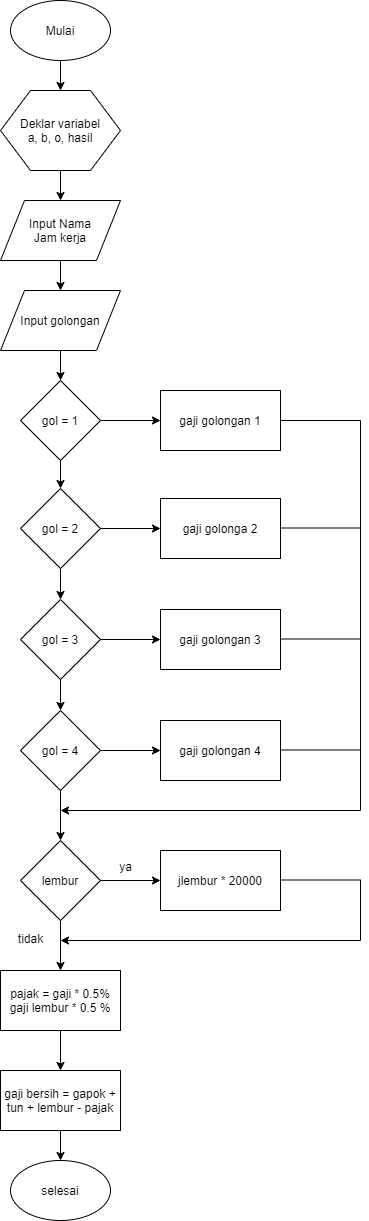
Before: gaji pegawai.png, a diagram exported from draw.io (axxpxmd/flowchart). Source tidied: cells renumbered, new cells last; positions are measured from the earlier drawing's top-left corner, leaving out a move shared by most shapes. The source it was exported from:
```xml
<mxGraphModel>
  <root>
    <mxCell id="0" />
    <mxCell id="1" parent="0" />
    <mxCell id="2" style="edgeStyle=orthogonalEdgeStyle;rounded=0;jettySize=auto;html=1;" parent="1" edge="1" source="3" target="5">
      <mxGeometry relative="1" as="geometry" />
    </mxCell>
    <mxCell id="3" value="Deklar variabel&lt;br&gt;a, b, o, hasil" style="shape=hexagon;perimeter=hexagonPerimeter2;whiteSpace=wrap;html=1;" parent="1" vertex="1">
      <mxGeometry y="90" width="120" height="80" as="geometry" />
    </mxCell>
    <mxCell id="4" style="edgeStyle=orthogonalEdgeStyle;rounded=0;jettySize=auto;html=1;" parent="1" edge="1" source="5" target="7">
      <mxGeometry relative="1" as="geometry" />
    </mxCell>
    <mxCell id="5" value="Input Nama&lt;br&gt;Jam kerja" style="shape=parallelogram;perimeter=parallelogramPerimeter;whiteSpace=wrap;html=1;" parent="1" vertex="1">
      <mxGeometry y="200" width="120" height="60" as="geometry" />
    </mxCell>
    <mxCell id="6" style="edgeStyle=orthogonalEdgeStyle;rounded=0;jettySize=auto;html=1;" parent="1" edge="1" source="7" target="10">
      <mxGeometry relative="1" as="geometry" />
    </mxCell>
    <mxCell id="7" value="Input golongan" style="shape=parallelogram;perimeter=parallelogramPerimeter;whiteSpace=wrap;html=1;" parent="1" vertex="1">
      <mxGeometry y="290" width="120" height="60" as="geometry" />
    </mxCell>
    <mxCell id="8" style="edgeStyle=orthogonalEdgeStyle;rounded=0;jettySize=auto;html=1;" parent="1" edge="1" source="10" target="13">
      <mxGeometry relative="1" as="geometry" />
    </mxCell>
    <mxCell id="9" style="edgeStyle=orthogonalEdgeStyle;rounded=0;jettySize=auto;html=1;" parent="1" edge="1" source="10" target="20">
      <mxGeometry relative="1" as="geometry" />
    </mxCell>
    <mxCell id="10" value="gol = 1" style="rhombus;whiteSpace=wrap;html=1;" parent="1" vertex="1">
      <mxGeometry x="20" y="380" width="80" height="80" as="geometry" />
    </mxCell>
    <mxCell id="11" style="edgeStyle=orthogonalEdgeStyle;rounded=0;jettySize=auto;html=1;" parent="1" edge="1" source="13" target="16">
      <mxGeometry relative="1" as="geometry" />
    </mxCell>
    <mxCell id="12" style="edgeStyle=orthogonalEdgeStyle;rounded=0;jettySize=auto;html=1;" parent="1" edge="1" source="13" target="24">
      <mxGeometry relative="1" as="geometry" />
    </mxCell>
    <mxCell id="13" value="gol = 2" style="rhombus;whiteSpace=wrap;html=1;" parent="1" vertex="1">
      <mxGeometry x="20" y="488" width="80" height="80" as="geometry" />
    </mxCell>
    <mxCell id="14" style="edgeStyle=orthogonalEdgeStyle;rounded=0;jettySize=auto;html=1;" parent="1" edge="1" source="16" target="19">
      <mxGeometry relative="1" as="geometry" />
    </mxCell>
    <mxCell id="15" style="edgeStyle=orthogonalEdgeStyle;rounded=0;jettySize=auto;html=1;" parent="1" edge="1" source="16" target="25">
      <mxGeometry relative="1" as="geometry" />
    </mxCell>
    <mxCell id="16" value="gol = 3" style="rhombus;whiteSpace=wrap;html=1;" parent="1" vertex="1">
      <mxGeometry x="20" y="599" width="80" height="80" as="geometry" />
    </mxCell>
    <mxCell id="17" style="edgeStyle=orthogonalEdgeStyle;rounded=0;jettySize=auto;html=1;" parent="1" edge="1" source="19" target="29">
      <mxGeometry relative="1" as="geometry" />
    </mxCell>
    <mxCell id="18" style="edgeStyle=orthogonalEdgeStyle;rounded=0;jettySize=auto;html=1;" parent="1" edge="1" source="19" target="26">
      <mxGeometry relative="1" as="geometry" />
    </mxCell>
    <mxCell id="19" value="gol = 4" style="rhombus;whiteSpace=wrap;html=1;" parent="1" vertex="1">
      <mxGeometry x="20" y="710" width="80" height="80" as="geometry" />
    </mxCell>
    <mxCell id="20" value="gaji golongan 1" style="rounded=0;whiteSpace=wrap;html=1;" parent="1" vertex="1">
      <mxGeometry x="160" y="390" width="120" height="60" as="geometry" />
    </mxCell>
    <mxCell id="21" value="&lt;span style=&quot;color: rgba(0 , 0 , 0 , 0) ; font-family: monospace ; font-size: 0px&quot;&gt;%3CmxGraphModel%3E%3Croot%3E%3CmxCell%20id%3D%220%22%2F%3E%3CmxCell%20id%3D%221%22%20parent%3D%220%22%2F%3E%3CmxCell%20id%3D%222%22%20value%3D%22hasil%20%3D%20a%2Bb%22%20style%3D%22rounded%3D0%3BwhiteSpace%3Dwrap%3Bhtml%3D1%3B%22%20vertex%3D%221%22%20parent%3D%221%22%3E%3CmxGeometry%20x%3D%22414%22%20y%3D%22450%22%20width%3D%22120%22%20height%3D%2260%22%20as%3D%22geometry%22%2F%3E%3C%2FmxCell%3E%3C%2Froot%3E%3C%2FmxGraphModel%3E&lt;/span&gt;&lt;span style=&quot;color: rgba(0 , 0 , 0 , 0) ; font-family: monospace ; font-size: 0px&quot;&gt;%3CmxGraphModel%3E%3Croot%3E%3CmxCell%20id%3D%220%22%2F%3E%3CmxCell%20id%3D%221%22%20parent%3D%220%22%2F%3E%3CmxCell%20id%3D%222%22%20value%3D%22hasil%20%3D%20a%2Bb%22%20style%3D%22rounded%3D0%3BwhiteSpace%3Dwrap%3Bhtml%3D1%3B%22%20vertex%3D%221%22%20parent%3D%221%22%3E%3CmxGeometry%20x%3D%22414%22%20y%3D%22450%22%20width%3D%22120%22%20height%3D%2260%22%20as%3D%22geometry%22%2F%3E%3C%2FmxCell%3E%3C%2Froot%3E%3C%2FmxGraphModel%3E&lt;/span&gt;" style="text;html=1;align=center;verticalAlign=middle;" parent="1" vertex="1">
      <mxGeometry x="221" y="518" width="20" height="20" as="geometry" />
    </mxCell>
    <mxCell id="22" value="&lt;span style=&quot;color: rgba(0 , 0 , 0 , 0) ; font-family: monospace ; font-size: 0px&quot;&gt;%3CmxGraphModel%3E%3Croot%3E%3CmxCell%20id%3D%220%22%2F%3E%3CmxCell%20id%3D%221%22%20parent%3D%220%22%2F%3E%3CmxCell%20id%3D%222%22%20value%3D%22hasil%20%3D%20a%2Bb%22%20style%3D%22rounded%3D0%3BwhiteSpace%3Dwrap%3Bhtml%3D1%3B%22%20vertex%3D%221%22%20parent%3D%221%22%3E%3CmxGeometry%20x%3D%22414%22%20y%3D%22450%22%20width%3D%22120%22%20height%3D%2260%22%20as%3D%22geometry%22%2F%3E%3C%2FmxCell%3E%3C%2Froot%3E%3C%2FmxGraphModel%3E&lt;/span&gt;" style="text;html=1;align=center;verticalAlign=middle;" parent="1" vertex="1">
      <mxGeometry x="270" y="629" width="20" height="20" as="geometry" />
    </mxCell>
    <mxCell id="23" value="&lt;span style=&quot;color: rgba(0 , 0 , 0 , 0) ; font-family: monospace ; font-size: 0px&quot;&gt;%3CmxGraphModel%3E%3Croot%3E%3CmxCell%20id%3D%220%22%2F%3E%3CmxCell%20id%3D%221%22%20parent%3D%220%22%2F%3E%3CmxCell%20id%3D%222%22%20value%3D%22hasil%20%3D%20a%2Bb%22%20style%3D%22rounded%3D0%3BwhiteSpace%3Dwrap%3Bhtml%3D1%3B%22%20vertex%3D%221%22%20parent%3D%221%22%3E%3CmxGeometry%20x%3D%22400%22%20y%3D%22390%22%20width%3D%22120%22%20height%3D%2260%22%20as%3D%22geometry%22%2F%3E%3C%2FmxCell%3E%3C%2Froot%3E%3C%2FmxGraphModel%3E&lt;/span&gt;" style="text;html=1;align=center;verticalAlign=middle;" parent="1" vertex="1">
      <mxGeometry x="240" y="612" width="20" height="20" as="geometry" />
    </mxCell>
    <mxCell id="24" value="gaji golonga 2" style="rounded=0;whiteSpace=wrap;html=1;" parent="1" vertex="1">
      <mxGeometry x="160" y="498" width="120" height="60" as="geometry" />
    </mxCell>
    <mxCell id="25" value="gaji golongan 3" style="rounded=0;whiteSpace=wrap;html=1;" parent="1" vertex="1">
      <mxGeometry x="160" y="609" width="120" height="60" as="geometry" />
    </mxCell>
    <mxCell id="26" value="gaji golongan 4" style="rounded=0;whiteSpace=wrap;html=1;" parent="1" vertex="1">
      <mxGeometry x="160" y="720" width="120" height="60" as="geometry" />
    </mxCell>
    <mxCell id="27" style="edgeStyle=orthogonalEdgeStyle;rounded=0;jettySize=auto;html=1;" parent="1" edge="1" source="29" target="38">
      <mxGeometry relative="1" as="geometry" />
    </mxCell>
    <mxCell id="28" style="edgeStyle=orthogonalEdgeStyle;rounded=0;jettySize=auto;html=1;" parent="1" edge="1" source="29" target="40">
      <mxGeometry relative="1" as="geometry" />
    </mxCell>
    <mxCell id="29" value="lembur" style="rhombus;whiteSpace=wrap;html=1;" parent="1" vertex="1">
      <mxGeometry x="20" y="840" width="80" height="80" as="geometry" />
    </mxCell>
    <mxCell id="30" style="edgeStyle=orthogonalEdgeStyle;rounded=0;jettySize=auto;html=1;" parent="1" edge="1" source="31" target="3">
      <mxGeometry relative="1" as="geometry" />
    </mxCell>
    <mxCell id="31" value="Mulai" style="strokeWidth=1;html=1;shape=mxgraph.flowchart.start_1;whiteSpace=wrap;" parent="1" vertex="1">
      <mxGeometry x="10" width="100" height="60" as="geometry" />
    </mxCell>
    <mxCell id="32" style="endArrow=classic;html=1;" parent="1" edge="1">
      <mxGeometry relative="1" as="geometry">
        <mxPoint x="360" y="810" as="sourcePoint" />
        <mxPoint x="60" y="810" as="targetPoint" />
      </mxGeometry>
    </mxCell>
    <mxCell id="33" style="endArrow=none;html=1;" parent="1" edge="1">
      <mxGeometry relative="1" as="geometry">
        <mxPoint x="360" y="810" as="sourcePoint" />
        <mxPoint x="360" y="420" as="targetPoint" />
      </mxGeometry>
    </mxCell>
    <mxCell id="34" style="endArrow=none;html=1;" parent="1" edge="1">
      <mxGeometry relative="1" as="geometry">
        <mxPoint x="280" y="420" as="sourcePoint" />
        <mxPoint x="360" y="420" as="targetPoint" />
      </mxGeometry>
    </mxCell>
    <mxCell id="35" style="endArrow=none;html=1;" parent="1" edge="1">
      <mxGeometry relative="1" as="geometry">
        <mxPoint x="280" y="527.5" as="sourcePoint" />
        <mxPoint x="360" y="527.5" as="targetPoint" />
      </mxGeometry>
    </mxCell>
    <mxCell id="36" style="endArrow=none;html=1;" parent="1" edge="1">
      <mxGeometry relative="1" as="geometry">
        <mxPoint x="280" y="638.5" as="sourcePoint" />
        <mxPoint x="360" y="638.5" as="targetPoint" />
      </mxGeometry>
    </mxCell>
    <mxCell id="37" style="endArrow=none;html=1;" parent="1" edge="1">
      <mxGeometry relative="1" as="geometry">
        <mxPoint x="280" y="749.5" as="sourcePoint" />
        <mxPoint x="360" y="749.5" as="targetPoint" />
      </mxGeometry>
    </mxCell>
    <mxCell id="38" value="jlembur * 20000" style="rounded=0;whiteSpace=wrap;html=1;" parent="1" vertex="1">
      <mxGeometry x="160" y="850" width="120" height="60" as="geometry" />
    </mxCell>
    <mxCell id="39" style="edgeStyle=orthogonalEdgeStyle;rounded=0;jettySize=auto;html=1;" parent="1" edge="1" source="40" target="42">
      <mxGeometry relative="1" as="geometry" />
    </mxCell>
    <mxCell id="40" value="pajak = gaji * 0.5%&lt;br&gt;gaji lembur * 0.5 %" style="rounded=0;whiteSpace=wrap;html=1;" parent="1" vertex="1">
      <mxGeometry y="970" width="120" height="60" as="geometry" />
    </mxCell>
    <mxCell id="41" style="edgeStyle=orthogonalEdgeStyle;rounded=0;jettySize=auto;html=1;" parent="1" edge="1" source="42" target="43">
      <mxGeometry relative="1" as="geometry" />
    </mxCell>
    <mxCell id="42" value="gaji bersih = gapok + tun + lembur - pajak" style="rounded=0;whiteSpace=wrap;html=1;" parent="1" vertex="1">
      <mxGeometry y="1070" width="120" height="60" as="geometry" />
    </mxCell>
    <mxCell id="43" value="selesai" style="strokeWidth=1;html=1;shape=mxgraph.flowchart.start_1;whiteSpace=wrap;" parent="1" vertex="1">
      <mxGeometry x="10" y="1160" width="100" height="60" as="geometry" />
    </mxCell>
    <mxCell id="44" style="endArrow=classic;html=1;" parent="1" edge="1">
      <mxGeometry relative="1" as="geometry">
        <mxPoint x="360" y="940" as="sourcePoint" />
        <mxPoint x="60" y="940" as="targetPoint" />
      </mxGeometry>
    </mxCell>
    <mxCell id="45" style="endArrow=none;html=1;" parent="1" edge="1">
      <mxGeometry relative="1" as="geometry">
        <mxPoint x="280" y="879.5" as="sourcePoint" />
        <mxPoint x="360" y="879.5" as="targetPoint" />
      </mxGeometry>
    </mxCell>
    <mxCell id="46" style="endArrow=none;html=1;" parent="1" edge="1">
      <mxGeometry relative="1" as="geometry">
        <mxPoint x="360" y="879.5" as="sourcePoint" />
        <mxPoint x="360" y="940" as="targetPoint" />
      </mxGeometry>
    </mxCell>
    <mxCell id="47" value="ya" style="text;html=1;align=center;verticalAlign=middle;" parent="1" vertex="1">
      <mxGeometry x="110" y="856" width="30" height="20" as="geometry" />
    </mxCell>
    <mxCell id="48" value="tidak" style="text;html=1;align=center;verticalAlign=middle;" parent="1" vertex="1">
      <mxGeometry x="10" y="928" width="40" height="20" as="geometry" />
    </mxCell>
  </root>
</mxGraphModel>
```
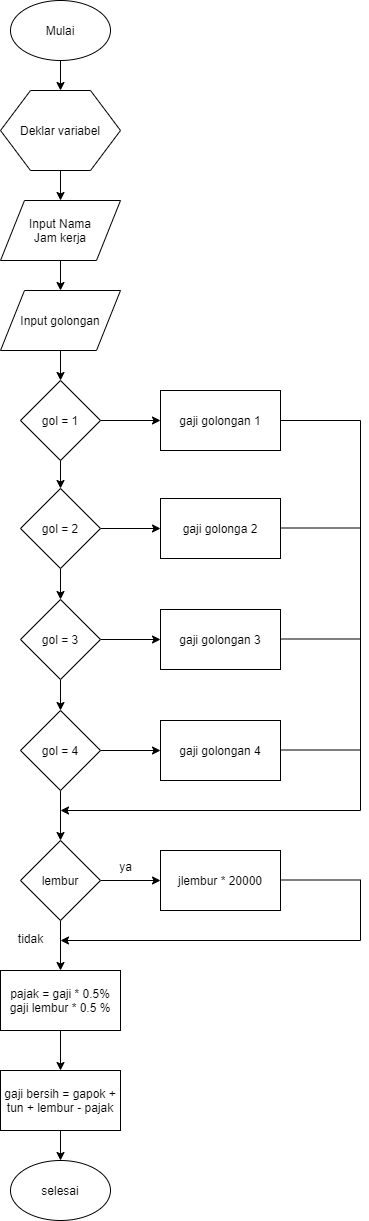
The same file after the commit.

The edit, as a diff of the source:
```diff
@@ -5,7 +5,7 @@
     <mxCell id="2" style="edgeStyle=orthogonalEdgeStyle;rounded=0;jettySize=auto;html=1;" parent="1" edge="1" source="3" target="5">
       <mxGeometry relative="1" as="geometry" />
     </mxCell>
-    <mxCell id="3" value="Deklar variabel&lt;br&gt;a, b, o, hasil" style="shape=hexagon;perimeter=hexagonPerimeter2;whiteSpace=wrap;html=1;" parent="1" vertex="1">
+    <mxCell id="3" value="Deklar variabel" style="shape=hexagon;perimeter=hexagonPerimeter2;whiteSpace=wrap;html=1;" parent="1" vertex="1">
       <mxGeometry y="90" width="120" height="80" as="geometry" />
     </mxCell>
     <mxCell id="4" style="edgeStyle=orthogonalEdgeStyle;rounded=0;jettySize=auto;html=1;" parent="1" edge="1" source="5" target="7">
```
